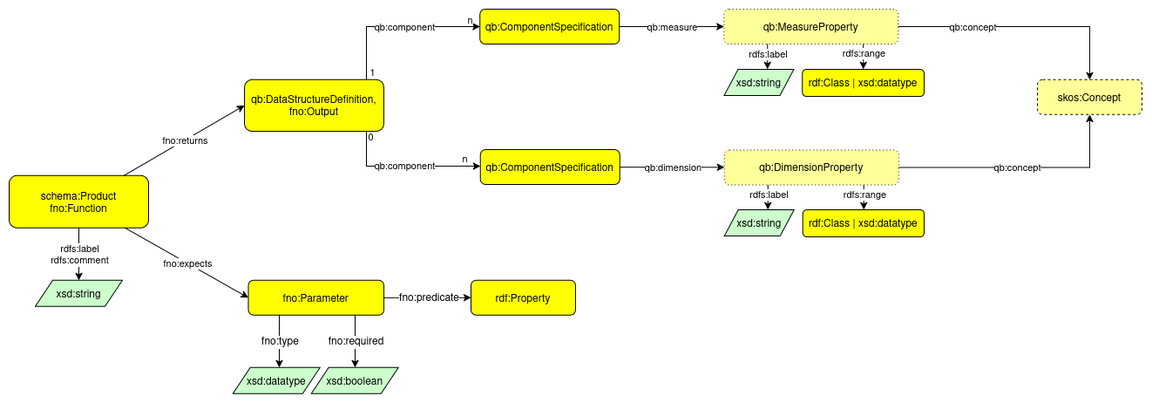
The draw.io diagram web/docs/diagrams/product-tabular-data-diagram.png in fair-ease/dataset-demand-register, before a commit. Source tidied: cells renumbered, new cells last; positions are measured from the earlier drawing's top-left corner, leaving out a move shared by most shapes.
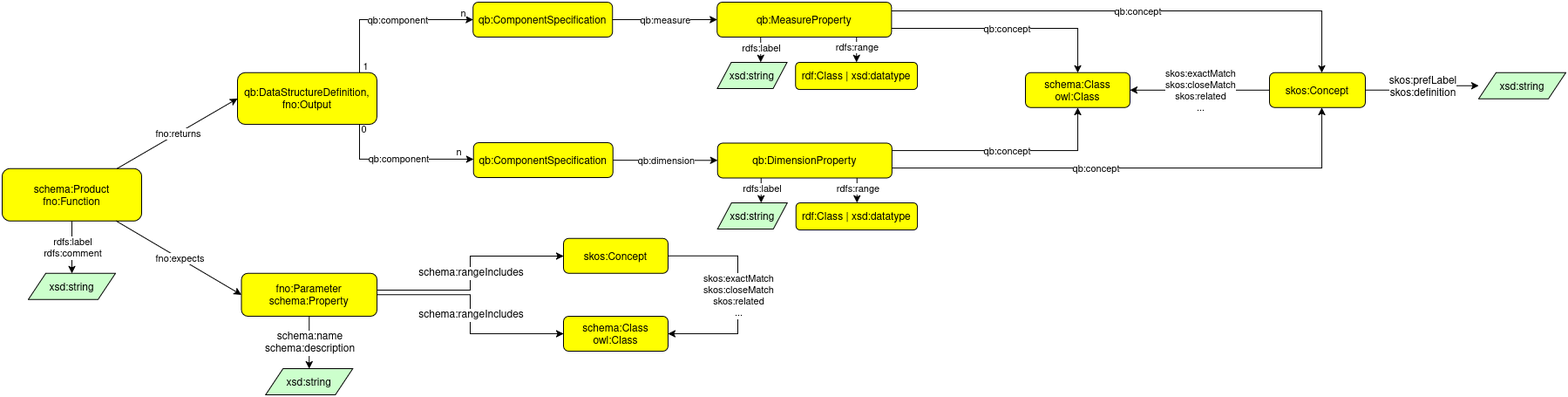
After the commit.

The edit, as a diff of the source:
```diff
@@ -33,7 +33,7 @@
     <mxCell id="8" value="qb:measure" style="edgeLabel;html=1;align=center;verticalAlign=middle;" parent="7" vertex="1">
       <mxGeometry relative="1" as="geometry" />
     </mxCell>
-    <mxCell id="9" style="rounded=0;jettySize=auto;html=1;" parent="1" edge="1" source="11" target="32">
+    <mxCell id="9" style="rounded=0;jettySize=auto;html=1;" parent="1" edge="1" source="11" target="34">
       <mxGeometry relative="1" as="geometry" />
     </mxCell>
     <mxCell id="10" value="qb:dimension" style="edgeLabel;html=1;align=center;verticalAlign=middle;" parent="9" vertex="1">
@@ -64,7 +64,7 @@
         <mxPoint x="-2" y="-9" as="offset" />
       </mxGeometry>
     </mxCell>
-    <mxCell id="16" style="rounded=0;jettySize=auto;html=1;edgeStyle=orthogonalEdgeStyle;" parent="1" edge="1" source="32" target="33">
+    <mxCell id="16" style="rounded=0;jettySize=auto;html=1;edgeStyle=orthogonalEdgeStyle;" parent="1" edge="1" source="34" target="35">
       <mxGeometry relative="1" as="geometry">
         <Array as="points">
           <mxPoint x="980.8" y="221" />
@@ -77,15 +77,17 @@
         <mxPoint y="-3" as="offset" />
       </mxGeometry>
     </mxCell>
-    <mxCell id="18" style="rounded=0;jettySize=auto;html=1;edgeStyle=orthogonalEdgeStyle;" parent="1" edge="1" source="32" target="53">
-      <mxGeometry relative="1" as="geometry" />
+    <mxCell id="18" style="rounded=0;jettySize=auto;html=1;edgeStyle=orthogonalEdgeStyle;" parent="1" edge="1" source="34" target="55">
+      <mxGeometry relative="1" as="geometry">
+        <Array as="points">
+          <mxPoint x="1234" y="170" />
+        </Array>
+      </mxGeometry>
     </mxCell>
     <mxCell id="19" value="qb:concept" style="edgeLabel;html=1;align=center;verticalAlign=middle;" parent="18" vertex="1">
-      <mxGeometry relative="1" as="geometry">
-        <mxPoint x="-5" as="offset" />
-      </mxGeometry>
+      <mxGeometry relative="1" as="geometry" />
     </mxCell>
-    <mxCell id="20" style="rounded=0;jettySize=auto;html=1;edgeStyle=orthogonalEdgeStyle;" parent="1" edge="1" source="32" target="29">
+    <mxCell id="20" style="rounded=0;jettySize=auto;html=1;edgeStyle=orthogonalEdgeStyle;" parent="1" edge="1" source="34" target="29">
       <mxGeometry relative="1" as="geometry">
         <Array as="points">
           <mxPoint x="870.8" y="221" />
@@ -98,7 +100,7 @@
         <mxPoint y="-3" as="offset" />
       </mxGeometry>
     </mxCell>
-    <mxCell id="22" style="rounded=0;jettySize=auto;html=1;edgeStyle=orthogonalEdgeStyle;" parent="1" edge="1" source="31" target="34">
+    <mxCell id="22" style="rounded=0;jettySize=auto;html=1;edgeStyle=orthogonalEdgeStyle;" parent="1" edge="1" source="31" target="36">
       <mxGeometry relative="1" as="geometry">
         <Array as="points">
           <mxPoint x="980.3" y="60" />
@@ -111,17 +113,15 @@
         <mxPoint y="-4" as="offset" />
       </mxGeometry>
     </mxCell>
-    <mxCell id="24" style="rounded=0;jettySize=auto;html=1;edgeStyle=orthogonalEdgeStyle;" parent="1" edge="1" source="31" target="53">
+    <mxCell id="24" style="rounded=0;jettySize=auto;html=1;edgeStyle=orthogonalEdgeStyle;" parent="1" edge="1" source="31" target="51">
       <mxGeometry relative="1" as="geometry">
         <Array as="points">
-          <mxPoint x="1240" y="20" />
+          <mxPoint x="1514" y="10" />
         </Array>
       </mxGeometry>
     </mxCell>
     <mxCell id="25" value="qb:concept" style="edgeLabel;html=1;align=center;verticalAlign=middle;" parent="24" vertex="1">
-      <mxGeometry relative="1" as="geometry">
-        <mxPoint x="-55" as="offset" />
-      </mxGeometry>
+      <mxGeometry relative="1" as="geometry" />
     </mxCell>
     <mxCell id="26" style="rounded=0;jettySize=auto;html=1;edgeStyle=orthogonalEdgeStyle;" parent="1" edge="1" source="31" target="30">
       <mxGeometry relative="1" as="geometry">
@@ -145,84 +145,128 @@
     <mxCell id="30" value="xsd:string" style="graphMlID=n6;shape=parallelogram;fillColor=#ccffcc;strokeColor=#000000;strokeWidth=1.0;" parent="1" vertex="1">
       <mxGeometry x="820.4" y="68.9" width="80" height="30" as="geometry" />
     </mxCell>
-    <mxCell id="31" value="qb:MeasureProperty" style="graphMlID=n5;shape=rect;rounded=1;arcsize=30;fillColor=#ffff99;strokeColor=#000000;strokeWidth=1.0;dashed=1;dashPattern=1 3;" parent="1" vertex="1">
+    <mxCell id="31" value="qb:MeasureProperty" style="graphMlID=n5;shape=rect;rounded=1;arcsize=30;fillColor=light-dark(#ffff00, #1f1f00);strokeColor=#000000;strokeWidth=1.0;" parent="1" vertex="1">
       <mxGeometry x="820.3" width="200.1" height="40" as="geometry" />
     </mxCell>
-    <mxCell id="32" value="qb:DimensionProperty" style="graphMlID=n5;shape=rect;rounded=1;arcsize=30;fillColor=#ffff99;strokeColor=#000000;strokeWidth=1.0;dashed=1;dashPattern=1 3;" parent="1" vertex="1">
-      <mxGeometry x="820.8" y="161.5" width="200.1" height="40" as="geometry" />
+    <mxCell id="32" style="edgeStyle=orthogonalEdgeStyle;rounded=0;jettySize=auto;html=1;" parent="1" edge="1" source="34" target="51">
+      <mxGeometry relative="1" as="geometry">
+        <Array as="points">
+          <mxPoint x="1514" y="190" />
+        </Array>
+      </mxGeometry>
     </mxCell>
-    <mxCell id="33" value="rdf:Class | xsd:datatype" style="graphMlID=n5;shape=rect;rounded=1;arcsize=30;fillColor=#FFFF00;strokeColor=#000000;strokeWidth=1.0;" parent="1" vertex="1">
-      <mxGeometry x="910.7" y="229.9" width="139.3" height="31.1" as="geometry" />
+    <mxCell id="33" value="qb:concept" style="edgeLabel;html=1;align=center;verticalAlign=middle;points=[];" parent="32" vertex="1">
+      <mxGeometry x="-0.17" relative="1" as="geometry" />
     </mxCell>
-    <mxCell id="34" value="rdf:Class | xsd:datatype" style="graphMlID=n5;shape=rect;rounded=1;arcsize=30;fillColor=#FFFF00;strokeColor=#000000;strokeWidth=1.0;" parent="1" vertex="1">
-      <mxGeometry x="910.2" y="68.9" width="139.8" height="31.1" as="geometry" />
+    <mxCell id="34" value="qb:DimensionProperty" style="graphMlID=n5;shape=rect;rounded=1;arcsize=30;fillColor=light-dark(#ffff00, #1f1f00);strokeColor=#000000;strokeWidth=1.0;" parent="1" vertex="1">
+      <mxGeometry x="820.8" y="161.5" width="200.1" height="40" as="geometry" />
     </mxCell>
-    <mxCell id="35" style="rounded=0;jettySize=auto;html=1;" parent="1" edge="1" source="37" target="52">
-      <mxGeometry relative="1" as="geometry" />
+    <mxCell id="35" value="rdf:Class | xsd:datatype" style="graphMlID=n5;shape=rect;rounded=1;arcsize=30;fillColor=#FFFF00;strokeColor=#000000;strokeWidth=1.0;" parent="1" vertex="1">
+      <mxGeometry x="910.7" y="229.9" width="139.3" height="31.1" as="geometry" />
     </mxCell>
-    <mxCell id="36" value="rdfs:label&lt;br&gt;rdfs:comment" style="edgeLabel;html=1;align=center;verticalAlign=middle;points=[];" parent="35" vertex="1">
-      <mxGeometry relative="1" as="geometry" />
+    <mxCell id="36" value="rdf:Class | xsd:datatype" style="graphMlID=n5;shape=rect;rounded=1;arcsize=30;fillColor=#FFFF00;strokeColor=#000000;strokeWidth=1.0;" parent="1" vertex="1">
+      <mxGeometry x="910.2" y="68.9" width="139.8" height="31.1" as="geometry" />
     </mxCell>
-    <mxCell id="37" value="schema:Product&#10;fno:Function" style="graphMlID=n4;shape=rect;rounded=1;arcsize=30;fillColor=#ffff00;strokeColor=#000000;strokeWidth=1.0;fontSize=12;fontStyle=0;" parent="1" vertex="1">
-      <mxGeometry y="190.8" width="160" height="60" as="geometry" />
+    <mxCell id="37" style="rounded=0;jettySize=auto;html=1;" parent="1" edge="1" source="39" target="50">
+      <mxGeometry relative="1" as="geometry" />
     </mxCell>
-    <mxCell id="38" style="rounded=0;jettySize=auto;html=1;entryX=0;entryY=0.5;entryDx=0;entryDy=0;" parent="1" edge="1" source="37" target="51">
+    <mxCell id="38" value="rdfs:label&lt;br&gt;rdfs:comment" style="edgeLabel;html=1;align=center;verticalAlign=middle;" parent="37" vertex="1">
       <mxGeometry relative="1" as="geometry" />
     </mxCell>
-    <mxCell id="39" value="fno:expects" style="edgeLabel;html=1;align=center;verticalAlign=middle;points=[];" parent="38" vertex="1">
-      <mxGeometry relative="1" as="geometry" />
+    <mxCell id="39" value="schema:Product&#10;fno:Function" style="graphMlID=n4;shape=rect;rounded=1;arcsize=30;fillColor=#ffff00;strokeColor=#000000;strokeWidth=1.0;fontSize=12;fontStyle=0;" parent="1" vertex="1">
+      <mxGeometry y="190.8" width="160" height="60" as="geometry" />
     </mxCell>
-    <mxCell id="40" style="endArrow=classic;html=1;textDirection=ltr;rounded=0;edgeStyle=orthogonalEdgeStyle;" parent="1" edge="1" source="51" target="48">
+    <mxCell id="40" style="rounded=0;jettySize=auto;html=1;entryX=0;entryY=0.5;entryDx=0;entryDy=0;" parent="1" edge="1" source="39" target="49">
       <mxGeometry relative="1" as="geometry" />
     </mxCell>
-    <mxCell id="41" value="fno:predicate" style="text;html=1;align=center;verticalAlign=middle;labelBackgroundColor=#ffffff;rotation=0;" parent="40" vertex="1">
+    <mxCell id="41" value="fno:expects" style="edgeLabel;html=1;align=center;verticalAlign=middle;" parent="40" vertex="1">
       <mxGeometry relative="1" as="geometry" />
     </mxCell>
-    <mxCell id="42" style="endArrow=classic;html=1;textDirection=ltr;rounded=0;edgeStyle=orthogonalEdgeStyle;" parent="1" edge="1" source="51" target="47">
-      <mxGeometry relative="1" as="geometry">
-        <Array as="points">
-          <mxPoint x="310" y="390.8" />
-          <mxPoint x="310" y="390.8" />
-        </Array>
-      </mxGeometry>
+    <mxCell id="42" style="endArrow=classic;html=1;textDirection=ltr;rounded=0;edgeStyle=orthogonalEdgeStyle;" parent="1" edge="1" source="49" target="63">
+      <mxGeometry relative="1" as="geometry" />
     </mxCell>
-    <mxCell id="43" value="fno:type" style="text;html=1;align=center;verticalAlign=middle;labelBackgroundColor=#ffffff;rotation=0;" parent="42" vertex="1">
+    <mxCell id="43" value="schema:rangeIncludes" style="text;html=1;align=center;verticalAlign=middle;labelBackgroundColor=#ffffff;rotation=0;" parent="42" vertex="1">
       <mxGeometry relative="1" as="geometry" />
     </mxCell>
-    <mxCell id="44" style="endArrow=classic;html=1;textDirection=ltr;rounded=0;edgeStyle=orthogonalEdgeStyle;" parent="1" edge="1" source="51" target="46">
-      <mxGeometry relative="1" as="geometry">
-        <Array as="points">
-          <mxPoint x="397" y="370.8" />
-          <mxPoint x="397" y="370.8" />
-        </Array>
-      </mxGeometry>
+    <mxCell id="44" style="endArrow=classic;html=1;textDirection=ltr;rounded=0;edgeStyle=orthogonalEdgeStyle;" parent="1" edge="1" source="49" target="46">
+      <mxGeometry relative="1" as="geometry" />
     </mxCell>
-    <mxCell id="45" value="fno:required" style="text;html=1;align=center;verticalAlign=middle;labelBackgroundColor=#ffffff;rotation=0;" parent="44" vertex="1">
+    <mxCell id="45" value="&lt;div&gt;schema:name&lt;/div&gt;&lt;div&gt;schema:description&lt;/div&gt;" style="text;html=1;align=center;verticalAlign=middle;labelBackgroundColor=#ffffff;rotation=0;" parent="44" vertex="1">
       <mxGeometry relative="1" as="geometry" />
     </mxCell>
-    <mxCell id="46" value="xsd:boolean" style="graphMlID=n6;shape=parallelogram;fillColor=#ccffcc;strokeColor=#000000;strokeWidth=1.0;" parent="1" vertex="1">
-      <mxGeometry x="346.8" y="410.8" width="100" height="30" as="geometry" />
+    <mxCell id="46" value="xsd:string" style="graphMlID=n6;shape=parallelogram;fillColor=#ccffcc;strokeColor=#000000;strokeWidth=1.0;" parent="1" vertex="1">
+      <mxGeometry x="302.2" y="420" width="100" height="30" as="geometry" />
     </mxCell>
-    <mxCell id="47" value="xsd:datatype" style="graphMlID=n6;shape=parallelogram;fillColor=#ccffcc;strokeColor=#000000;strokeWidth=1.0;" parent="1" vertex="1">
-      <mxGeometry x="256.8" y="410.8" width="100" height="30" as="geometry" />
+    <mxCell id="47" style="rounded=0;jettySize=auto;html=1;entryX=0;entryY=0.5;entryDx=0;entryDy=0;" parent="1" edge="1" source="39" target="28">
+      <mxGeometry relative="1" as="geometry" />
     </mxCell>
-    <mxCell id="48" value="rdf:Property" style="graphMlID=n4;shape=rect;rounded=1;arcsize=30;fillColor=#ffff00;strokeColor=#000000;strokeWidth=1.0;" parent="1" vertex="1">
-      <mxGeometry x="530" y="310.8" width="120" height="40" as="geometry" />
+    <mxCell id="48" value="fno:returns" style="edgeLabel;html=1;align=center;verticalAlign=middle;points=[];" parent="47" vertex="1">
+      <mxGeometry relative="1" as="geometry" />
     </mxCell>
-    <mxCell id="49" style="rounded=0;jettySize=auto;html=1;entryX=0;entryY=0.5;entryDx=0;entryDy=0;" parent="1" edge="1" source="37" target="28">
-      <mxGeometry relative="1" as="geometry" />
+    <mxCell id="49" value="fno:Parameter &#10;schema:Property" style="graphMlID=n4;shape=rect;rounded=1;arcsize=30;fillColor=#ffff00;strokeColor=#000000;strokeWidth=1.0;" parent="1" vertex="1">
+      <mxGeometry x="274.4" y="310.8" width="155.6" height="49.2" as="geometry" />
     </mxCell>
-    <mxCell id="50" value="fno:returns" style="edgeLabel;html=1;align=center;verticalAlign=middle;points=[];" parent="49" vertex="1">
-      <mxGeometry relative="1" as="geometry" />
+    <mxCell id="50" value="xsd:string" style="graphMlID=n6;shape=parallelogram;fillColor=#ccffcc;strokeColor=#000000;strokeWidth=1.0;" parent="1" vertex="1">
+      <mxGeometry x="30" y="310.8" width="100" height="30" as="geometry" />
     </mxCell>
-    <mxCell id="51" value="fno:Parameter" style="graphMlID=n4;shape=rect;rounded=1;arcsize=30;fillColor=#ffff00;strokeColor=#000000;strokeWidth=1.0;" parent="1" vertex="1">
-      <mxGeometry x="274.4" y="310.8" width="155.6" height="40" as="geometry" />
+    <mxCell id="51" value="skos:Concept" style="graphMlID=n4;shape=rect;rounded=1;arcsize=30;fillColor=light-dark(#ffff00, #1f1f00);strokeColor=#000000;strokeWidth=1.0;" parent="1" vertex="1">
+      <mxGeometry x="1454" y="80.8" width="110" height="40" as="geometry" />
     </mxCell>
-    <mxCell id="52" value="xsd:string" style="graphMlID=n6;shape=parallelogram;fillColor=#ccffcc;strokeColor=#000000;strokeWidth=1.0;" parent="1" vertex="1">
-      <mxGeometry x="30" y="310.8" width="100" height="30" as="geometry" />
+    <mxCell id="52" style="endArrow=classic;html=1;textDirection=ltr;rounded=0;edgeStyle=orthogonalEdgeStyle;" parent="1" edge="1" source="51" target="54">
+      <mxGeometry relative="1" as="geometry" />
     </mxCell>
-    <mxCell id="53" value="skos:Concept" style="graphMlID=n4;shape=rect;rounded=1;arcsize=30;fillColor=#FFFF99;strokeColor=#000000;strokeWidth=1.0;dashed=1;" parent="1" vertex="1">
-      <mxGeometry x="1180" y="80.8" width="120" height="40" as="geometry" />
+    <mxCell id="53" value="&lt;div&gt;skos:prefLabel&lt;/div&gt;&lt;div&gt;skos:definition&lt;/div&gt;" style="text;html=1;align=center;verticalAlign=middle;points=[];labelBackgroundColor=#ffffff;rotation=0;" parent="52" vertex="1">
+      <mxGeometry relative="1" as="geometry" />
     </mxCell>
+    <mxCell id="54" value="xsd:string" style="graphMlID=n6;shape=parallelogram;fillColor=#ccffcc;strokeColor=#000000;strokeWidth=1.0;" parent="1" vertex="1">
+      <mxGeometry x="1694" y="80.8" width="100" height="30" as="geometry" />
+    </mxCell>
+    <mxCell id="55" value="schema:Class&#10;owl:Class" style="graphMlID=n4;shape=rect;rounded=1;arcsize=30;fillColor=light-dark(#ffff00, #1f1f00);strokeColor=#000000;strokeWidth=1.0;" parent="1" vertex="1">
+      <mxGeometry x="1174" y="80.8" width="120" height="40" as="geometry" />
+    </mxCell>
+    <mxCell id="56" style="edgeStyle=orthogonalEdgeStyle;rounded=0;jettySize=auto;html=1;" parent="1" edge="1" source="51" target="55">
+      <mxGeometry relative="1" as="geometry" />
+    </mxCell>
+    <mxCell id="57" value="&lt;div&gt;skos:exactMatch&lt;/div&gt;&lt;div&gt;skos:closeMatch&lt;/div&gt;&lt;div&gt;skos:related&lt;/div&gt;&lt;div&gt;...&lt;/div&gt;" style="edgeLabel;html=1;align=center;verticalAlign=middle;" parent="56" vertex="1">
+      <mxGeometry relative="1" as="geometry" />
+    </mxCell>
+    <mxCell id="58" style="rounded=0;jettySize=auto;html=1;edgeStyle=orthogonalEdgeStyle;" parent="1" edge="1" source="31" target="55">
+      <mxGeometry relative="1" as="geometry">
+        <Array as="points">
+          <mxPoint x="1234" y="30" />
+        </Array>
+      </mxGeometry>
+    </mxCell>
+    <mxCell id="59" value="qb:concept" style="edgeLabel;html=1;align=center;verticalAlign=middle;" parent="58" vertex="1">
+      <mxGeometry relative="1" as="geometry" />
+    </mxCell>
+    <mxCell id="60" style="endArrow=classic;html=1;textDirection=ltr;rounded=0;edgeStyle=orthogonalEdgeStyle;" parent="1" edge="1" source="49" target="62">
+      <mxGeometry relative="1" as="geometry">
+        <Array as="points">
+          <mxPoint x="537" y="330" />
+          <mxPoint x="537" y="291" />
+        </Array>
+      </mxGeometry>
+    </mxCell>
+    <mxCell id="61" value="schema:rangeIncludes" style="text;html=1;align=center;verticalAlign=middle;labelBackgroundColor=#ffffff;rotation=0;" parent="60" vertex="1">
+      <mxGeometry relative="1" as="geometry" />
+    </mxCell>
+    <mxCell id="62" value="skos:Concept" style="graphMlID=n4;shape=rect;rounded=1;arcsize=30;fillColor=light-dark(#ffff00, #1f1f00);strokeColor=#000000;strokeWidth=1.0;" parent="1" vertex="1">
+      <mxGeometry x="644" y="270.8" width="120" height="40" as="geometry" />
+    </mxCell>
+    <mxCell id="63" value="schema:Class&#10;owl:Class" style="graphMlID=n4;shape=rect;rounded=1;arcsize=30;fillColor=light-dark(#ffff00, #1f1f00);strokeColor=#000000;strokeWidth=1.0;" parent="1" vertex="1">
+      <mxGeometry x="644" y="360" width="120" height="40" as="geometry" />
+    </mxCell>
+    <mxCell id="64" style="edgeStyle=orthogonalEdgeStyle;rounded=0;jettySize=auto;html=1;entryX=1;entryY=0.5;entryDx=0;entryDy=0;" parent="1" edge="1" source="62" target="63">
+      <mxGeometry relative="1" as="geometry">
+        <Array as="points">
+          <mxPoint x="844" y="290.8" />
+          <mxPoint x="844" y="380" />
+        </Array>
+      </mxGeometry>
+    </mxCell>
+    <mxCell id="65" value="&lt;div&gt;skos:exactMatch&lt;/div&gt;&lt;div&gt;skos:closeMatch&lt;/div&gt;&lt;div&gt;skos:related&lt;/div&gt;&lt;div&gt;...&lt;/div&gt;" style="edgeLabel;html=1;align=center;verticalAlign=middle;" parent="64" vertex="1">
+      <mxGeometry relative="1" as="geometry" />
+    </mxCell>
   </root>
 </mxGraphModel>
```
